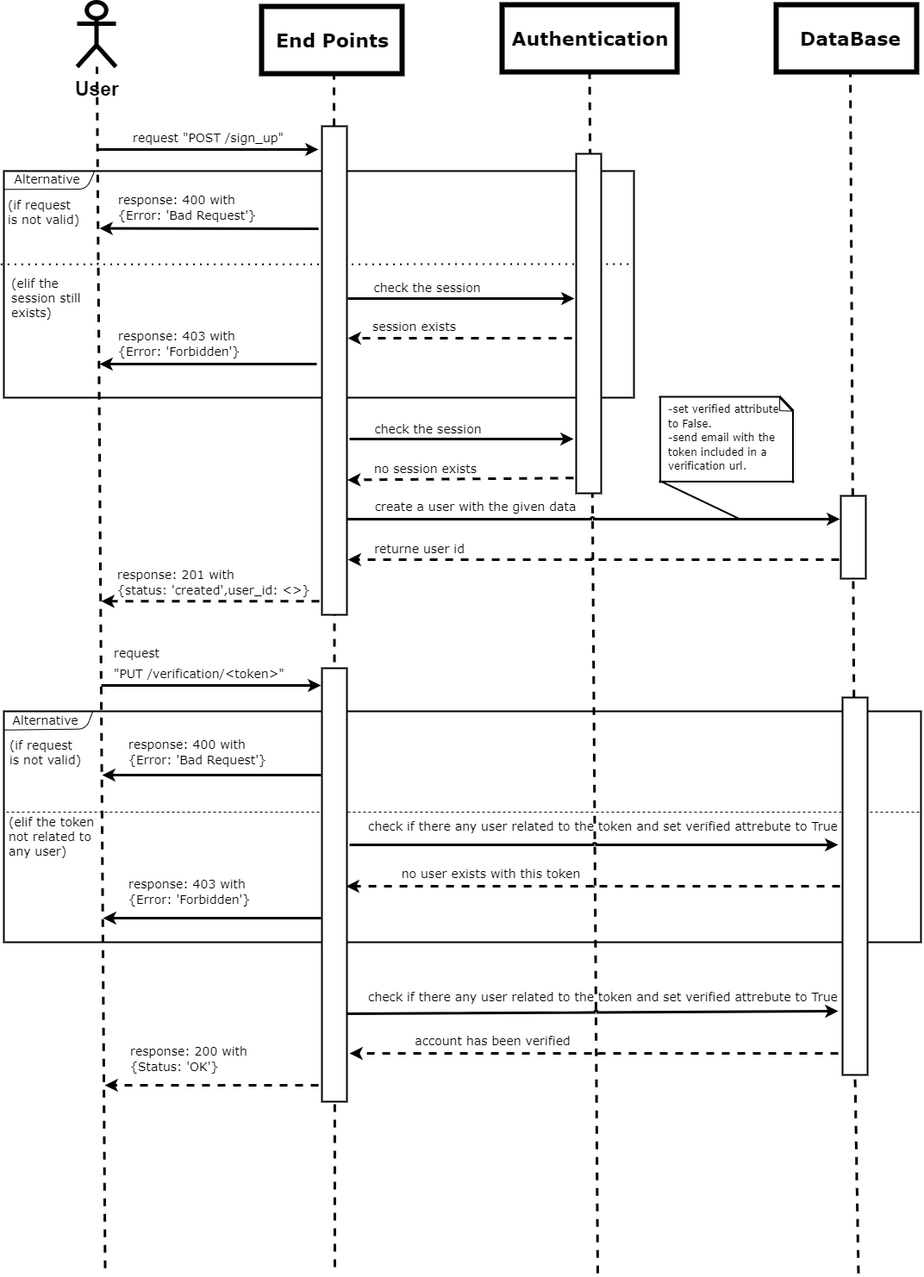
Above: UML/sequence_diaram/sign_up_diagram.png in Kolapo-code/Booker (draw.io), before the change. Source tidied: cells renumbered, new cells last; positions are measured from the earlier drawing's top-left corner, leaving out a move shared by most shapes.
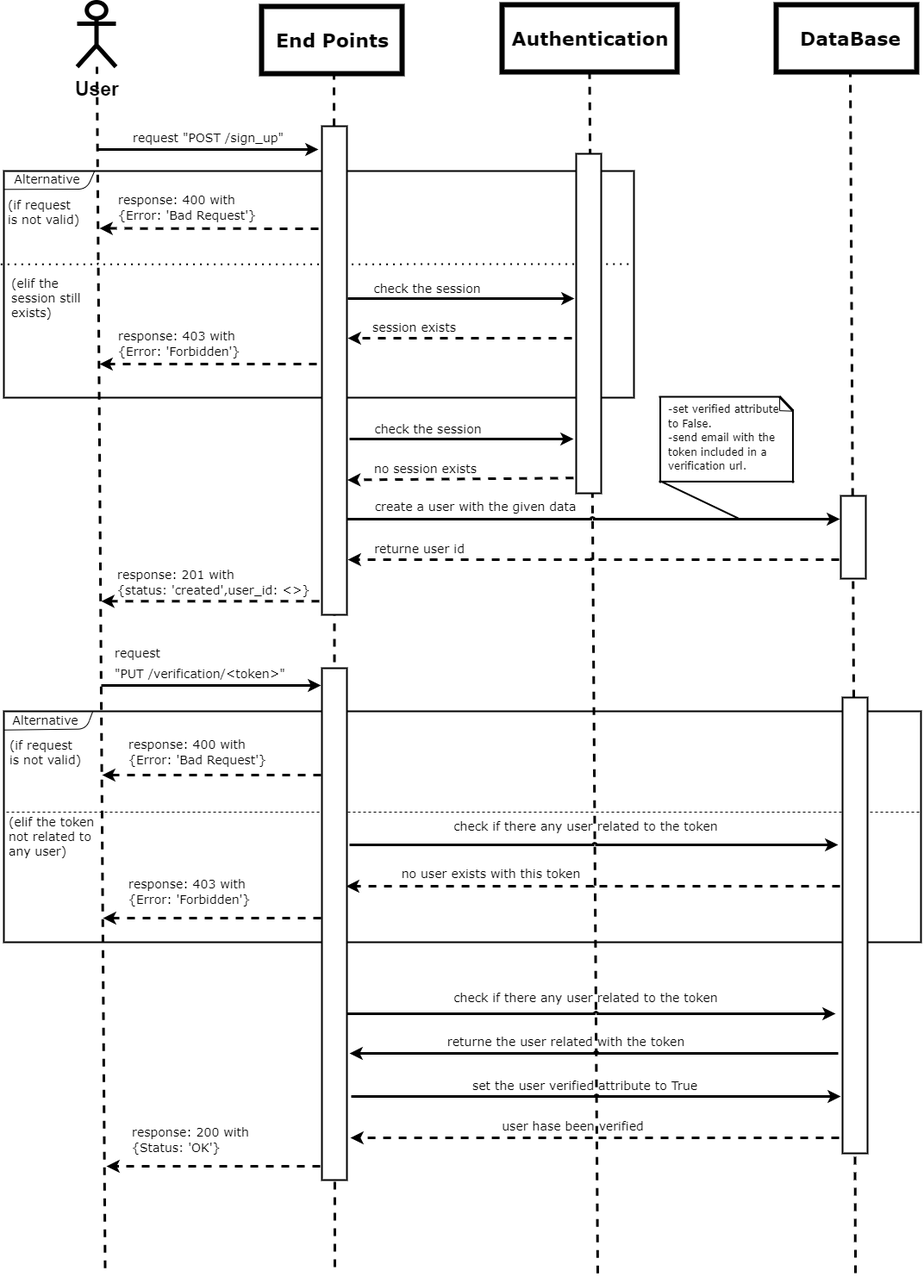
The same file after the commit.

Commit message:
add additional descriptions

What changed in the source:
```diff
@@ -52,7 +52,7 @@
     <mxCell id="14" value="(elif the&lt;br&gt;session still&lt;br&gt;exists)" style="text;html=1;align=left;verticalAlign=middle;strokeColor=none;fillColor=none;fontSize=14;fontFamily=Verdana;fontColor=#000000;" parent="1" vertex="1">
       <mxGeometry x="7" y="313" width="99" height="62" as="geometry" />
     </mxCell>
-    <mxCell id="15" style="endArrow=classic;html=1;rounded=1;strokeColor=#000000;strokeWidth=3;fontFamily=Verdana;fontSize=14;fontColor=#000000;jumpStyle=arc;jumpSize=0;" parent="1" edge="1">
+    <mxCell id="15" style="endArrow=classic;html=1;rounded=1;strokeColor=#000000;strokeWidth=3;fontFamily=Verdana;fontSize=14;fontColor=#000000;jumpStyle=arc;jumpSize=0;dashed=1;" parent="1" edge="1">
       <mxGeometry relative="1" as="geometry">
         <mxPoint x="363" y="420" as="sourcePoint" />
         <mxPoint x="111" y="420" as="targetPoint" />
@@ -76,7 +76,7 @@
     <mxCell id="20" value="&lt;p style=&quot;line-height: 70%;&quot;&gt;&lt;font style=&quot;font-size: 14px;&quot; face=&quot;Verdana&quot;&gt;response: 403 with&lt;br&gt;{Error&lt;/font&gt;&lt;span style=&quot;background-color: initial; font-family: Verdana; font-size: 14px;&quot;&gt;: 'Forbidden'}&amp;nbsp;&lt;/span&gt;&lt;/p&gt;" style="text;html=1;align=left;verticalAlign=middle;strokeColor=none;fillColor=none;fontSize=22;fontColor=#000000;" parent="1" vertex="1">
       <mxGeometry x="131" y="349" width="164" height="91" as="geometry" />
     </mxCell>
-    <mxCell id="21" style="endArrow=classic;html=1;rounded=1;strokeColor=#000000;strokeWidth=3;fontFamily=Verdana;fontSize=14;fontColor=#000000;jumpStyle=arc;jumpSize=0;" parent="1" edge="1">
+    <mxCell id="21" style="endArrow=classic;html=1;rounded=1;strokeColor=#000000;strokeWidth=3;fontFamily=Verdana;fontSize=14;fontColor=#000000;jumpStyle=arc;jumpSize=0;dashed=1;" parent="1" edge="1">
       <mxGeometry relative="1" as="geometry">
         <mxPoint x="365" y="263" as="sourcePoint" />
         <mxPoint x="111" y="262.5" as="targetPoint" />
@@ -119,7 +119,7 @@
     <mxCell id="30" value="&lt;font face=&quot;Verdana&quot;&gt;&lt;span style=&quot;font-size: 14px;&quot;&gt;check the session&lt;/span&gt;&lt;/font&gt;" style="text;html=1;align=center;verticalAlign=middle;strokeColor=none;fillColor=none;fontSize=22;fontColor=#000000;" parent="1" vertex="1">
       <mxGeometry x="421" y="473" width="142" height="39" as="geometry" />
     </mxCell>
-    <mxCell id="31" style="endArrow=classic;html=1;rounded=1;strokeColor=#000000;strokeWidth=3;fontFamily=Verdana;fontSize=14;fontColor=#000000;jumpStyle=arc;jumpSize=0;dashed=1;exitX=-0.108;exitY=0.955;exitDx=0;exitDy=0;exitPerimeter=0;entryX=1.016;entryY=0.724;entryDx=0;entryDy=0;entryPerimeter=0;" parent="1" edge="1" source="35" target="43">
+    <mxCell id="31" style="endArrow=classic;html=1;rounded=1;strokeColor=#000000;strokeWidth=3;fontFamily=Verdana;fontSize=14;fontColor=#000000;jumpStyle=arc;jumpSize=0;exitX=-0.108;exitY=0.955;exitDx=0;exitDy=0;exitPerimeter=0;entryX=1.016;entryY=0.724;entryDx=0;entryDy=0;entryPerimeter=0;dashed=1;" parent="1" edge="1" source="35" target="43">
       <mxGeometry relative="1" as="geometry" />
     </mxCell>
     <mxCell id="32" value="&lt;font face=&quot;Verdana&quot;&gt;&lt;span style=&quot;font-size: 14px;&quot;&gt;no session exists&lt;/span&gt;&lt;/font&gt;" style="text;html=1;align=center;verticalAlign=middle;strokeColor=none;fillColor=none;fontSize=22;fontColor=#000000;" parent="1" vertex="1">
@@ -253,7 +253,7 @@
     <mxCell id="59" value="Alternative" style="text;html=1;align=center;verticalAlign=middle;strokeColor=none;fillColor=none;fontSize=14;fontFamily=Verdana;fontColor=#000000;strokeWidth=2;" parent="1" vertex="1">
       <mxGeometry x="1" y="819.3" width="94" height="29" as="geometry" />
     </mxCell>
-    <mxCell id="60" style="endArrow=classic;html=1;rounded=1;strokeColor=#000000;strokeWidth=3;fontFamily=Verdana;fontSize=14;fontColor=#000000;jumpStyle=arc;jumpSize=0;" parent="1" edge="1">
+    <mxCell id="60" style="endArrow=classic;html=1;rounded=1;strokeColor=#000000;strokeWidth=3;fontFamily=Verdana;fontSize=14;fontColor=#000000;jumpStyle=arc;jumpSize=0;dashed=1;" parent="1" edge="1">
       <mxGeometry relative="1" as="geometry">
         <mxPoint x="368" y="897" as="sourcePoint" />
         <mxPoint x="114" y="897" as="targetPoint" />
@@ -262,7 +262,7 @@
     <mxCell id="61" value="&lt;p style=&quot;line-height: 70%;&quot;&gt;&lt;font style=&quot;font-size: 14px;&quot; face=&quot;Verdana&quot;&gt;response: 400 with&lt;br&gt;{Error&lt;/font&gt;&lt;span style=&quot;background-color: initial; font-family: Verdana; font-size: 14px;&quot;&gt;: 'Bad Request'}&amp;nbsp;&lt;/span&gt;&lt;/p&gt;" style="text;html=1;align=left;verticalAlign=middle;strokeColor=none;fillColor=none;fontSize=22;fontColor=#000000;" parent="1" vertex="1">
       <mxGeometry x="143" y="823" width="183" height="91" as="geometry" />
     </mxCell>
-    <mxCell id="62" style="endArrow=classic;html=1;rounded=1;strokeColor=#000000;strokeWidth=3;fontFamily=Verdana;fontSize=14;fontColor=#000000;jumpStyle=arc;jumpSize=0;" parent="1" edge="1">
+    <mxCell id="62" style="endArrow=classic;html=1;rounded=1;strokeColor=#000000;strokeWidth=3;fontFamily=Verdana;fontSize=14;fontColor=#000000;jumpStyle=arc;jumpSize=0;dashed=1;" parent="1" edge="1">
       <mxGeometry relative="1" as="geometry">
         <mxPoint x="368" y="1063" as="sourcePoint" />
         <mxPoint x="115" y="1063" as="targetPoint" />
@@ -277,8 +277,8 @@
     <mxCell id="65" value="(elif the token&lt;br&gt;not related to&lt;br&gt;any user)" style="text;html=1;align=left;verticalAlign=middle;strokeColor=none;fillColor=none;fontSize=14;fontFamily=Verdana;fontColor=#000000;" parent="1" vertex="1">
       <mxGeometry x="4" y="938" width="117" height="62" as="geometry" />
     </mxCell>
-    <mxCell id="66" value="&lt;font face=&quot;Verdana&quot;&gt;&lt;span style=&quot;font-size: 14px;&quot;&gt;check if there any user related to the token and set verified attrebute to True&lt;/span&gt;&lt;/font&gt;" style="text;html=1;align=center;verticalAlign=middle;strokeColor=none;fillColor=none;fontSize=22;fontColor=#000000;" parent="1" vertex="1">
-      <mxGeometry x="414" y="934" width="563" height="39" as="geometry" />
+    <mxCell id="66" value="&lt;font face=&quot;Verdana&quot;&gt;&lt;span style=&quot;font-size: 14px;&quot;&gt;check if there any user related to the token&lt;/span&gt;&lt;/font&gt;" style="text;html=1;align=center;verticalAlign=middle;strokeColor=none;fillColor=none;fontSize=22;fontColor=#000000;" parent="1" vertex="1">
+      <mxGeometry x="513" y="934" width="324" height="39" as="geometry" />
     </mxCell>
     <mxCell id="67" style="endArrow=classic;html=1;rounded=1;strokeColor=#000000;strokeWidth=3;fontSize=22;fontColor=#000000;jumpStyle=arc;jumpSize=0;" parent="1" edge="1">
       <mxGeometry relative="1" as="geometry">
@@ -298,40 +298,58 @@
     <mxCell id="70" style="endArrow=classic;html=1;rounded=1;strokeColor=#000000;strokeWidth=3;fontSize=22;fontColor=#000000;jumpStyle=arc;jumpSize=0;" parent="1" edge="1">
       <mxGeometry relative="1" as="geometry">
         <mxPoint x="397" y="1174" as="sourcePoint" />
-        <mxPoint x="968" y="1171" as="targetPoint" />
+        <mxPoint x="965" y="1174" as="targetPoint" />
       </mxGeometry>
     </mxCell>
-    <mxCell id="71" value="&lt;font face=&quot;Verdana&quot;&gt;&lt;span style=&quot;font-size: 14px;&quot;&gt;check if there any user related to the token and set verified attrebute to True&lt;/span&gt;&lt;/font&gt;" style="text;html=1;align=center;verticalAlign=middle;strokeColor=none;fillColor=none;fontSize=22;fontColor=#000000;" parent="1" vertex="1">
-      <mxGeometry x="414" y="1132" width="563" height="39" as="geometry" />
+    <mxCell id="71" value="&lt;font face=&quot;Verdana&quot;&gt;&lt;span style=&quot;font-size: 14px;&quot;&gt;check if there any user related to the token&lt;/span&gt;&lt;/font&gt;" style="text;html=1;align=center;verticalAlign=middle;strokeColor=none;fillColor=none;fontSize=22;fontColor=#000000;" parent="1" vertex="1">
+      <mxGeometry x="513" y="1133" width="324" height="39" as="geometry" />
     </mxCell>
-    <mxCell id="72" value="&lt;font face=&quot;Verdana&quot;&gt;&lt;span style=&quot;font-size: 14px;&quot;&gt;account has been verified&lt;/span&gt;&lt;/font&gt;" style="text;html=1;align=center;verticalAlign=middle;strokeColor=none;fillColor=none;fontSize=22;fontColor=#000000;" parent="1" vertex="1">
-      <mxGeometry x="468" y="1183" width="198" height="39" as="geometry" />
+    <mxCell id="72" value="&lt;font face=&quot;Verdana&quot;&gt;&lt;span style=&quot;font-size: 14px;&quot;&gt;returne the user related with the token&lt;/span&gt;&lt;/font&gt;" style="text;html=1;align=center;verticalAlign=middle;strokeColor=none;fillColor=none;fontSize=22;fontColor=#000000;" parent="1" vertex="1">
+      <mxGeometry x="505" y="1184" width="293" height="39" as="geometry" />
     </mxCell>
-    <mxCell id="73" style="endArrow=classic;html=1;rounded=1;strokeColor=#000000;strokeWidth=3;fontFamily=Verdana;fontSize=14;fontColor=#000000;jumpStyle=arc;jumpSize=0;dashed=1;" parent="1" edge="1">
+    <mxCell id="73" style="endArrow=classic;html=1;rounded=1;strokeColor=#000000;strokeWidth=3;fontFamily=Verdana;fontSize=14;fontColor=#000000;jumpStyle=arc;jumpSize=0;" parent="1" edge="1">
       <mxGeometry relative="1" as="geometry">
         <mxPoint x="968" y="1220" as="sourcePoint" />
         <mxPoint x="401" y="1220" as="targetPoint" />
       </mxGeometry>
     </mxCell>
     <mxCell id="74" value="&lt;p style=&quot;line-height: 70%;&quot;&gt;&lt;font style=&quot;font-size: 14px;&quot; face=&quot;Verdana&quot;&gt;response: 200 with&lt;br&gt;{Status&lt;/font&gt;&lt;span style=&quot;background-color: initial; font-family: Verdana; font-size: 14px;&quot;&gt;: 'OK'}&amp;nbsp;&lt;/span&gt;&lt;/p&gt;" style="text;html=1;align=left;verticalAlign=middle;strokeColor=none;fillColor=none;fontSize=22;fontColor=#000000;" parent="1" vertex="1">
-      <mxGeometry x="145" y="1180" width="154" height="91" as="geometry" />
+      <mxGeometry x="147" y="1274" width="154" height="91" as="geometry" />
     </mxCell>
     <mxCell id="75" style="endArrow=classic;html=1;rounded=1;strokeColor=#000000;strokeWidth=3;fontFamily=Verdana;fontSize=14;fontColor=#000000;jumpStyle=arc;jumpSize=0;dashed=1;" parent="1" edge="1">
       <mxGeometry relative="1" as="geometry">
-        <mxPoint x="365" y="1257" as="sourcePoint" />
-        <mxPoint x="117" y="1257" as="targetPoint" />
+        <mxPoint x="367" y="1351" as="sourcePoint" />
+        <mxPoint x="119" y="1351" as="targetPoint" />
       </mxGeometry>
     </mxCell>
     <mxCell id="76" style="rounded=0;whiteSpace=wrap;html=1;strokeColor=#000000;strokeWidth=2;fontFamily=Verdana;fontSize=14;fontColor=#000000;fillColor=#FFFFFF;" parent="1" vertex="1">
-      <mxGeometry x="369" y="773" width="29" height="503" as="geometry" />
+      <mxGeometry x="369" y="773" width="29" height="594" as="geometry" />
     </mxCell>
     <mxCell id="77" style="endArrow=none;dashed=1;html=1;entryX=0.5;entryY=1;entryDx=0;entryDy=0;rounded=1;jumpSize=0;strokeWidth=3;jumpStyle=arc;strokeColor=#000000;" parent="1" edge="1" target="78">
       <mxGeometry relative="1" as="geometry">
-        <mxPoint x="991.5" y="1475.2" as="sourcePoint" />
+        <mxPoint x="988" y="1475" as="sourcePoint" />
       </mxGeometry>
     </mxCell>
     <mxCell id="78" style="rounded=0;whiteSpace=wrap;html=1;strokeColor=#000000;strokeWidth=2;fontFamily=Verdana;fontSize=14;fontColor=#000000;fillColor=#FFFFFF;" parent="1" vertex="1">
-      <mxGeometry x="973" y="807" width="29" height="438" as="geometry" />
+      <mxGeometry x="973" y="807" width="29" height="529" as="geometry" />
     </mxCell>
+    <mxCell id="79" value="&lt;font face=&quot;Verdana&quot;&gt;&lt;span style=&quot;font-size: 14px;&quot;&gt;set the user verified attribute to True&lt;/span&gt;&lt;/font&gt;" style="text;html=1;align=center;verticalAlign=middle;strokeColor=none;fillColor=none;fontSize=22;fontColor=#000000;" parent="1" vertex="1">
+      <mxGeometry x="534" y="1235" width="279" height="39" as="geometry" />
+    </mxCell>
+    <mxCell id="80" style="endArrow=classic;html=1;rounded=1;strokeColor=#000000;strokeWidth=3;fontSize=22;fontColor=#000000;jumpStyle=arc;jumpSize=0;" parent="1" edge="1">
+      <mxGeometry relative="1" as="geometry">
+        <mxPoint x="403" y="1270" as="sourcePoint" />
+        <mxPoint x="971" y="1270" as="targetPoint" />
+      </mxGeometry>
+    </mxCell>
+    <mxCell id="81" style="endArrow=classic;html=1;rounded=1;strokeColor=#000000;strokeWidth=3;fontFamily=Verdana;fontSize=14;fontColor=#000000;jumpStyle=arc;jumpSize=0;dashed=1;" parent="1" edge="1">
+      <mxGeometry relative="1" as="geometry">
+        <mxPoint x="969" y="1318" as="sourcePoint" />
+        <mxPoint x="402" y="1318" as="targetPoint" />
+      </mxGeometry>
+    </mxCell>
+    <mxCell id="82" value="&lt;font face=&quot;Verdana&quot;&gt;&lt;span style=&quot;font-size: 14px;&quot;&gt;user hase been verified&lt;/span&gt;&lt;/font&gt;" style="text;html=1;align=center;verticalAlign=middle;strokeColor=none;fillColor=none;fontSize=22;fontColor=#000000;" parent="1" vertex="1">
+      <mxGeometry x="568" y="1282" width="183" height="39" as="geometry" />
+    </mxCell>
   </root>
 </mxGraphModel>
```
